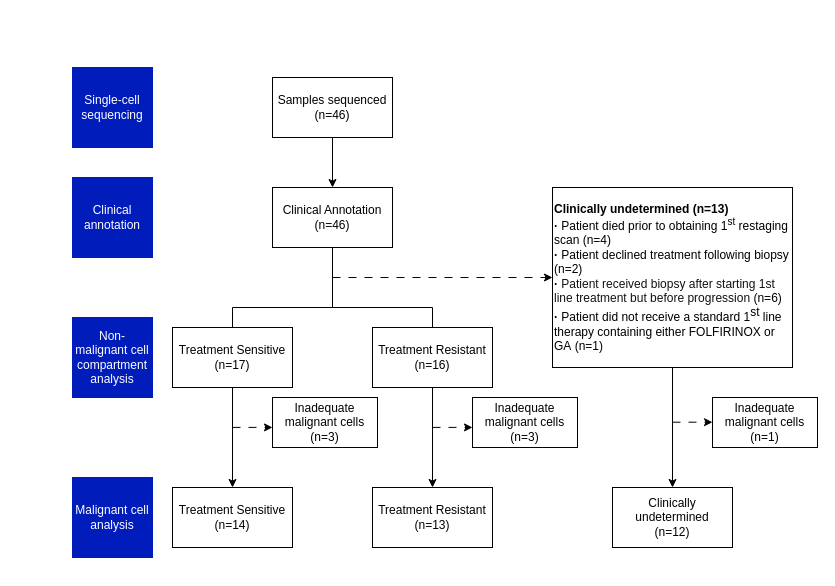
Before: 未命名绘图.drawio in doctorchenzx/ELF3-project, a draw.io diagram. Source tidied: cells renumbered, new cells numbered last; positions are measured from the earlier drawing's top-left corner, leaving out a move shared by most shapes. Both pictures are drawn from the tidied source at 100%, with x=0, y=0 at pixel (72, 67).
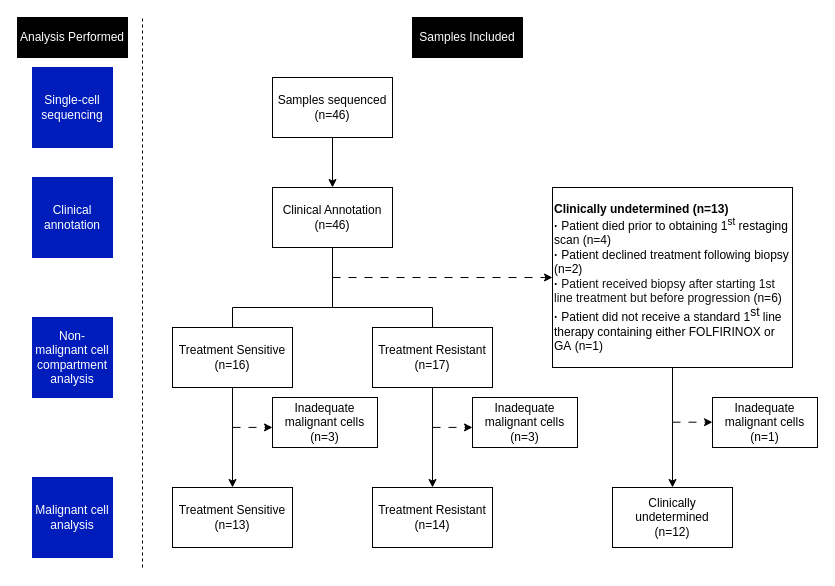
The same page after the edit.

What changed in the source:
```diff
@@
-    <mxCell id="7" value="Treatment Sensitive&lt;div&gt;(n=14)&lt;/div&gt;" style="rounded=0;whiteSpace=wrap;html=1;" parent="1" vertex="1">
+    <mxCell id="7" value="Treatment Sensitive&lt;div&gt;(n=13)&lt;/div&gt;" style="rounded=0;whiteSpace=wrap;html=1;" parent="1" vertex="1">
       <mxGeometry x="100" y="420" width="120" height="60" as="geometry" />
     </mxCell>
-    <mxCell id="8" value="Treatment Resistant&lt;div&gt;(n=13)&lt;/div&gt;" style="rounded=0;whiteSpace=wrap;html=1;" parent="1" vertex="1">
+    <mxCell id="8" value="Treatment Resistant&lt;div&gt;(n=14)&lt;/div&gt;" style="rounded=0;whiteSpace=wrap;html=1;" parent="1" vertex="1">
       <mxGeometry x="300" y="420" width="120" height="60" as="geometry" />
     </mxCell>
     <mxCell id="9" value="Single-cell sequencing" style="rounded=0;whiteSpace=wrap;html=1;fillColor=#001DBC;strokeColor=#001DBC;fontColor=#ffffff;" parent="1" vertex="1">
-      <mxGeometry width="80" height="80" as="geometry" />
+      <mxGeometry x="-40" width="80" height="80" as="geometry" />
     </mxCell>
     <mxCell id="10" value="Clinical annotation" style="rounded=0;whiteSpace=wrap;html=1;fillColor=#001DBC;strokeColor=#001DBC;fontColor=#ffffff;" parent="1" vertex="1">
-      <mxGeometry y="110" width="80" height="80" as="geometry" />
+      <mxGeometry x="-40" y="110" width="80" height="80" as="geometry" />
     </mxCell>
     <mxCell id="11" value="Non-malignant cell compartment analysis" style="rounded=0;whiteSpace=wrap;html=1;fillColor=#001DBC;strokeColor=#001DBC;fontColor=#ffffff;" parent="1" vertex="1">
-      <mxGeometry y="250" width="80" height="80" as="geometry" />
+      <mxGeometry x="-40" y="250" width="80" height="80" as="geometry" />
     </mxCell>
     <mxCell id="12" value="Malignant cell analysis" style="rounded=0;whiteSpace=wrap;html=1;fillColor=#001DBC;strokeColor=#001DBC;fontColor=#ffffff;" parent="1" vertex="1">
-      <mxGeometry y="410" width="80" height="80" as="geometry" />
+      <mxGeometry x="-40" y="410" width="80" height="80" as="geometry" />
     </mxCell>
@@
-    <mxCell id="14" value="Treatment Sensitive&lt;div&gt;(n=17)&lt;/div&gt;" style="rounded=0;whiteSpace=wrap;html=1;" parent="1" vertex="1">
+    <mxCell id="14" value="Treatment Sensitive&lt;div&gt;(n=16)&lt;/div&gt;" style="rounded=0;whiteSpace=wrap;html=1;" parent="1" vertex="1">
       <mxGeometry x="100" y="260" width="120" height="60" as="geometry" />
     </mxCell>
@@
-    <mxCell id="17" value="Treatment Resistant&lt;div&gt;(n=16)&lt;/div&gt;" style="rounded=0;whiteSpace=wrap;html=1;" parent="1" vertex="1">
+    <mxCell id="17" value="Treatment Resistant&lt;div&gt;(n=17)&lt;/div&gt;" style="rounded=0;whiteSpace=wrap;html=1;" parent="1" vertex="1">
       <mxGeometry x="300" y="260" width="120" height="60" as="geometry" />
     </mxCell>
@@
+    <mxCell id="27" style="endArrow=none;dashed=1;html=1;rounded=0;" parent="1" edge="1">
+      <mxGeometry relative="1" as="geometry">
+        <mxPoint x="70" y="500" as="sourcePoint" />
+        <mxPoint x="70" y="-50" as="targetPoint" />
+      </mxGeometry>
+    </mxCell>
+    <mxCell id="28" value="&lt;font style=&quot;color: rgb(255, 255, 255);&quot;&gt;Analysis Performed&lt;/font&gt;" style="rounded=0;whiteSpace=wrap;html=1;fillColor=#000000;" parent="1" vertex="1">
+      <mxGeometry x="-55" y="-50" width="110" height="40" as="geometry" />
+    </mxCell>
+    <mxCell id="29" value="&lt;font style=&quot;color: rgb(255, 255, 255);&quot;&gt;Samples Included&lt;/font&gt;" style="rounded=0;whiteSpace=wrap;html=1;fillColor=#000000;" parent="1" vertex="1">
+      <mxGeometry x="340" y="-50" width="110" height="40" as="geometry" />
+    </mxCell>
```
